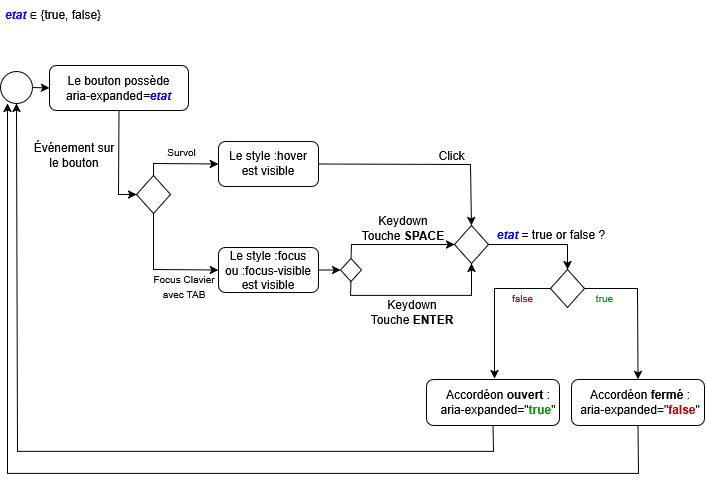
Before: assets/img/diag-accordion.png, a diagram exported from draw.io (tea-for-two-lab/tea-for-two-lab.github.io). Source tidied: cells renumbered, new cells last; positions are measured from the earlier drawing's top-left corner, leaving out a move shared by most shapes.
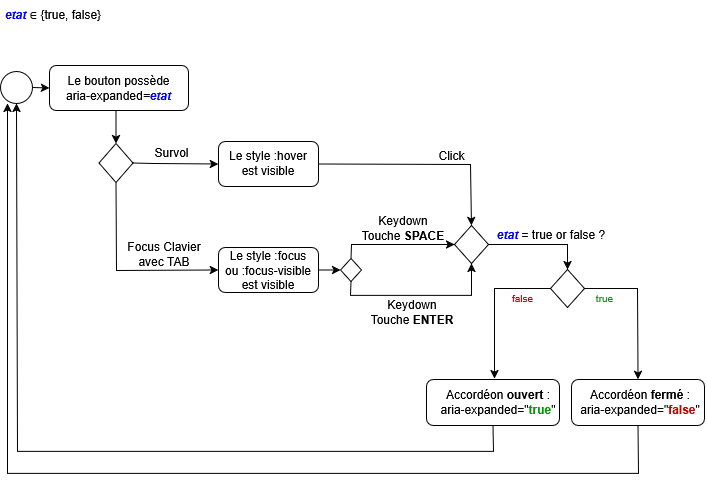
The same diagram one commit later.

The edit, as a diff of the source:
```diff
@@ -1,4 +1,4 @@
-<mxGraphModel background="#FFFFFF00">
+<mxGraphModel background="#FFFFFF">
   <root>
     <mxCell id="0" />
     <mxCell id="1" parent="0" />
@@ -11,31 +11,26 @@
     <mxCell id="4" style="rhombus;whiteSpace=wrap;html=1;" parent="1" vertex="1">
       <mxGeometry x="340" y="258" width="21" height="23" as="geometry" />
     </mxCell>
-    <mxCell id="5" value="&lt;font style=&quot;font-size: 10px;&quot;&gt;Survol&lt;/font&gt;" style="text;html=1;align=center;verticalAlign=middle;whiteSpace=wrap;rounded=0;" parent="1" vertex="1">
-      <mxGeometry x="150" y="142" width="63" height="18" as="geometry" />
+    <mxCell id="5" value="&lt;font&gt;Survol&lt;/font&gt;" style="text;html=1;align=center;verticalAlign=middle;whiteSpace=wrap;rounded=0;" parent="1" vertex="1">
+      <mxGeometry x="140" y="143" width="63" height="18" as="geometry" />
     </mxCell>
     <mxCell id="6" value="&lt;font&gt;Keydown&lt;br&gt;Touche &lt;b&gt;ENTER&lt;/b&gt;&lt;/font&gt;" style="text;html=1;align=center;verticalAlign=middle;whiteSpace=wrap;rounded=0;" parent="1" vertex="1">
       <mxGeometry x="367" y="297" width="90" height="30" as="geometry" />
     </mxCell>
-    <mxCell id="7" style="endArrow=classic;html=1;rounded=0;exitX=0.5;exitY=0;exitDx=0;exitDy=0;entryX=0;entryY=0.5;entryDx=0;entryDy=0;" parent="1" edge="1" target="11">
+    <mxCell id="7" style="endArrow=classic;html=1;rounded=0;exitX=1;exitY=0.5;exitDx=0;exitDy=0;entryX=0;entryY=0.5;entryDx=0;entryDy=0;" parent="1" edge="1" source="8" target="11">
       <mxGeometry relative="1" as="geometry">
-        <mxPoint x="153" y="175" as="sourcePoint" />
         <Array as="points">
           <mxPoint x="153" y="163" />
         </Array>
       </mxGeometry>
     </mxCell>
     <mxCell id="8" style="rhombus;whiteSpace=wrap;html=1;" parent="1" vertex="1">
-      <mxGeometry x="136" y="175" width="34" height="38" as="geometry" />
+      <mxGeometry x="98.5" y="143" width="34" height="39" as="geometry" />
     </mxCell>
-    <mxCell id="9" value="&lt;div&gt;&lt;font&gt;Événement sur&lt;/font&gt;&lt;/div&gt;&lt;div&gt;&lt;font&gt;le bouton&lt;/font&gt;&lt;/div&gt;" style="text;html=1;align=center;verticalAlign=middle;whiteSpace=wrap;rounded=0;" parent="1" vertex="1">
-      <mxGeometry x="29" y="140" width="90" height="30" as="geometry" />
-    </mxCell>
-    <mxCell id="10" style="endArrow=classic;html=1;rounded=0;exitX=0.5;exitY=1;exitDx=0;exitDy=0;entryX=0;entryY=0.5;entryDx=0;entryDy=0;" parent="1" edge="1" target="14">
+    <mxCell id="10" style="endArrow=classic;html=1;rounded=0;exitX=0.5;exitY=1;exitDx=0;exitDy=0;entryX=0;entryY=0.5;entryDx=0;entryDy=0;" parent="1" edge="1" source="8" target="14">
       <mxGeometry relative="1" as="geometry">
-        <mxPoint x="153" y="213" as="sourcePoint" />
         <Array as="points">
-          <mxPoint x="153" y="269" />
+          <mxPoint x="116" y="270" />
         </Array>
       </mxGeometry>
     </mxCell>
@@ -45,8 +40,8 @@
     <mxCell id="12" value="Le style :hover est visible" style="text;html=1;align=center;verticalAlign=middle;whiteSpace=wrap;rounded=0;" parent="1" vertex="1">
       <mxGeometry x="223" y="143.5" width="90" height="38" as="geometry" />
     </mxCell>
-    <mxCell id="13" value="&lt;div&gt;&lt;font style=&quot;font-size: 10px;&quot;&gt;Focus Clavier&lt;/font&gt;&lt;/div&gt;&lt;div&gt;&lt;font style=&quot;font-size: 10px;&quot;&gt;avec TAB&lt;/font&gt;&lt;/div&gt;" style="text;html=1;align=center;verticalAlign=middle;whiteSpace=wrap;rounded=0;" parent="1" vertex="1">
-      <mxGeometry x="146" y="273" width="76" height="26" as="geometry" />
+    <mxCell id="13" value="&lt;div&gt;&lt;font&gt;Focus Clavier&lt;/font&gt;&lt;/div&gt;&lt;div&gt;&lt;font&gt;avec TAB&lt;/font&gt;&lt;/div&gt;" style="text;html=1;align=center;verticalAlign=middle;whiteSpace=wrap;rounded=0;" parent="1" vertex="1">
+      <mxGeometry x="126" y="241" width="76" height="26" as="geometry" />
     </mxCell>
     <mxCell id="14" style="rounded=1;whiteSpace=wrap;html=1;fillColor=none;" parent="1" vertex="1">
       <mxGeometry x="218" y="247" width="100" height="45" as="geometry" />
@@ -107,11 +102,9 @@
     <mxCell id="27" value="&lt;div&gt;Le bouton possède&lt;/div&gt;&lt;div&gt;aria-expanded&lt;i&gt;&lt;b&gt;=&lt;span style=&quot;color: rgb(0, 0, 255);&quot;&gt;etat&lt;/span&gt;&lt;/b&gt;&lt;/i&gt;&lt;/div&gt;" style="text;html=1;align=center;verticalAlign=middle;whiteSpace=wrap;rounded=0;" parent="1" vertex="1">
       <mxGeometry x="54" y="68.5" width="129" height="38" as="geometry" />
     </mxCell>
-    <mxCell id="28" style="endArrow=classic;html=1;rounded=0;exitX=0.5;exitY=1;exitDx=0;exitDy=0;entryX=0;entryY=0.5;entryDx=0;entryDy=0;" parent="1" edge="1" source="26" target="8">
+    <mxCell id="28" style="endArrow=classic;html=1;rounded=0;exitX=0.5;exitY=1;exitDx=0;exitDy=0;entryX=0.5;entryY=0;entryDx=0;entryDy=0;" parent="1" edge="1" target="8">
       <mxGeometry relative="1" as="geometry">
-        <Array as="points">
-          <mxPoint x="118" y="194" />
-        </Array>
+        <mxPoint x="115.5" y="110" as="sourcePoint" />
       </mxGeometry>
     </mxCell>
     <mxCell id="29" value="&lt;i&gt;&lt;b&gt;&lt;span style=&quot;color: rgb(0, 0, 255);&quot;&gt;etat&amp;nbsp;&lt;/span&gt;&lt;/b&gt;&lt;/i&gt;∈ {true, false}" style="text;html=1;align=center;verticalAlign=middle;whiteSpace=wrap;rounded=0;" parent="1" vertex="1">
```
